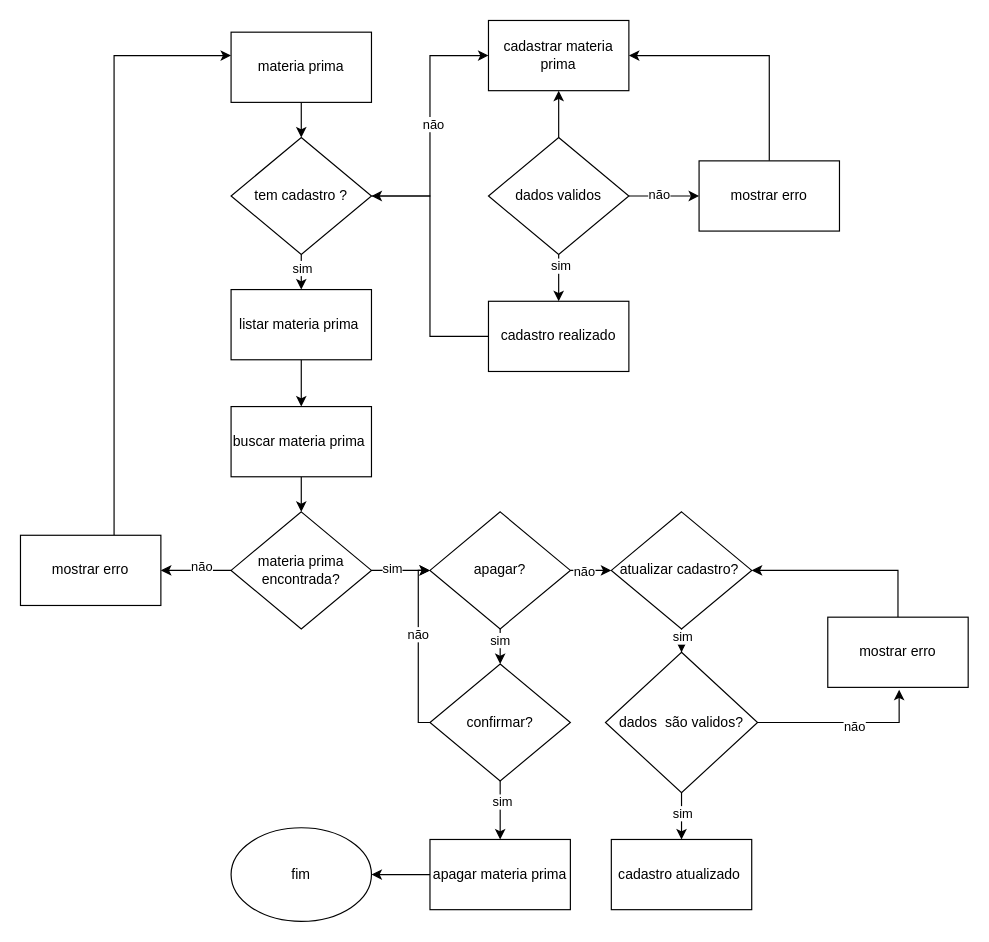
Earlier version of the draw.io diagram page "Página-3" (3 of 6) of fluxosgramas.drawio (luisplathdm/fluxo). Source tidied: cells renumbered, new cells numbered last; positions are measured from the earlier drawing's top-left corner, leaving out a move shared by most shapes. Both pictures are drawn from the tidied source at 117%, with x=0, y=0 at pixel (20, 20).
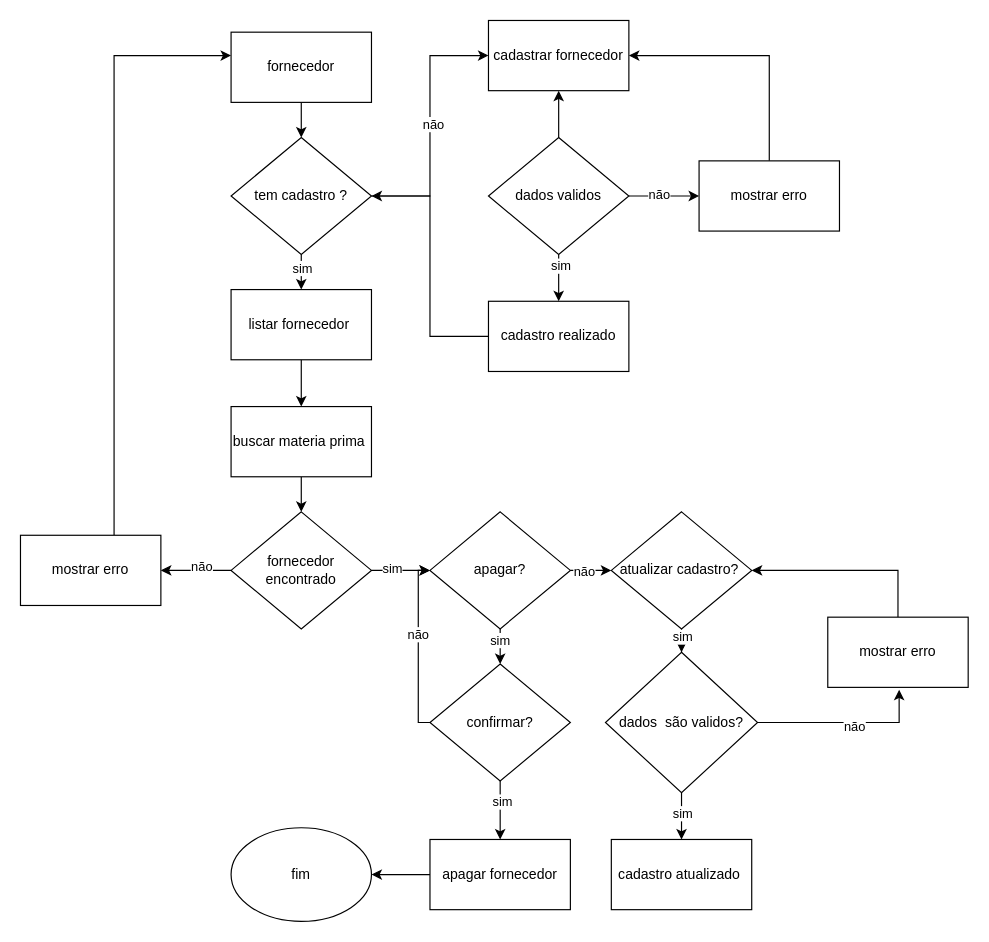
Above is the later version.

Diff of the diagram source:
```diff
@@
-    <mxCell id="14" value="listar materia prima&amp;nbsp;" style="rounded=0;whiteSpace=wrap;html=1;" parent="1" vertex="1">
+    <mxCell id="14" value="listar fornecedor&amp;nbsp;" style="rounded=0;whiteSpace=wrap;html=1;" parent="1" vertex="1">
       <mxGeometry x="180" y="230" width="120" height="60" as="geometry" />
     </mxCell>
@@
-    <mxCell id="23" value="materia prima encontrada?" style="rhombus;whiteSpace=wrap;html=1;" parent="1" vertex="1">
+    <mxCell id="23" value="fornecedor encontrado" style="rhombus;whiteSpace=wrap;html=1;" parent="1" vertex="1">
       <mxGeometry x="180" y="420" width="120" height="100" as="geometry" />
     </mxCell>
@@
-    <mxCell id="35" value="apagar materia prima" style="rounded=0;whiteSpace=wrap;html=1;" parent="1" vertex="1">
+    <mxCell id="35" value="apagar fornecedor" style="rounded=0;whiteSpace=wrap;html=1;" parent="1" vertex="1">
       <mxGeometry x="350" y="700" width="120" height="60" as="geometry" />
     </mxCell>
@@
-    <mxCell id="40" value="cadastrar materia prima" style="rounded=0;whiteSpace=wrap;html=1;" parent="1" vertex="1">
+    <mxCell id="40" value="cadastrar fornecedor" style="rounded=0;whiteSpace=wrap;html=1;" parent="1" vertex="1">
       <mxGeometry x="400" width="120" height="60" as="geometry" />
     </mxCell>
@@
-    <mxCell id="53" value="materia prima" style="rounded=0;whiteSpace=wrap;html=1;" parent="1" vertex="1">
+    <mxCell id="53" value="fornecedor" style="rounded=0;whiteSpace=wrap;html=1;" parent="1" vertex="1">
       <mxGeometry x="180" y="10" width="120" height="60" as="geometry" />
     </mxCell>
```
